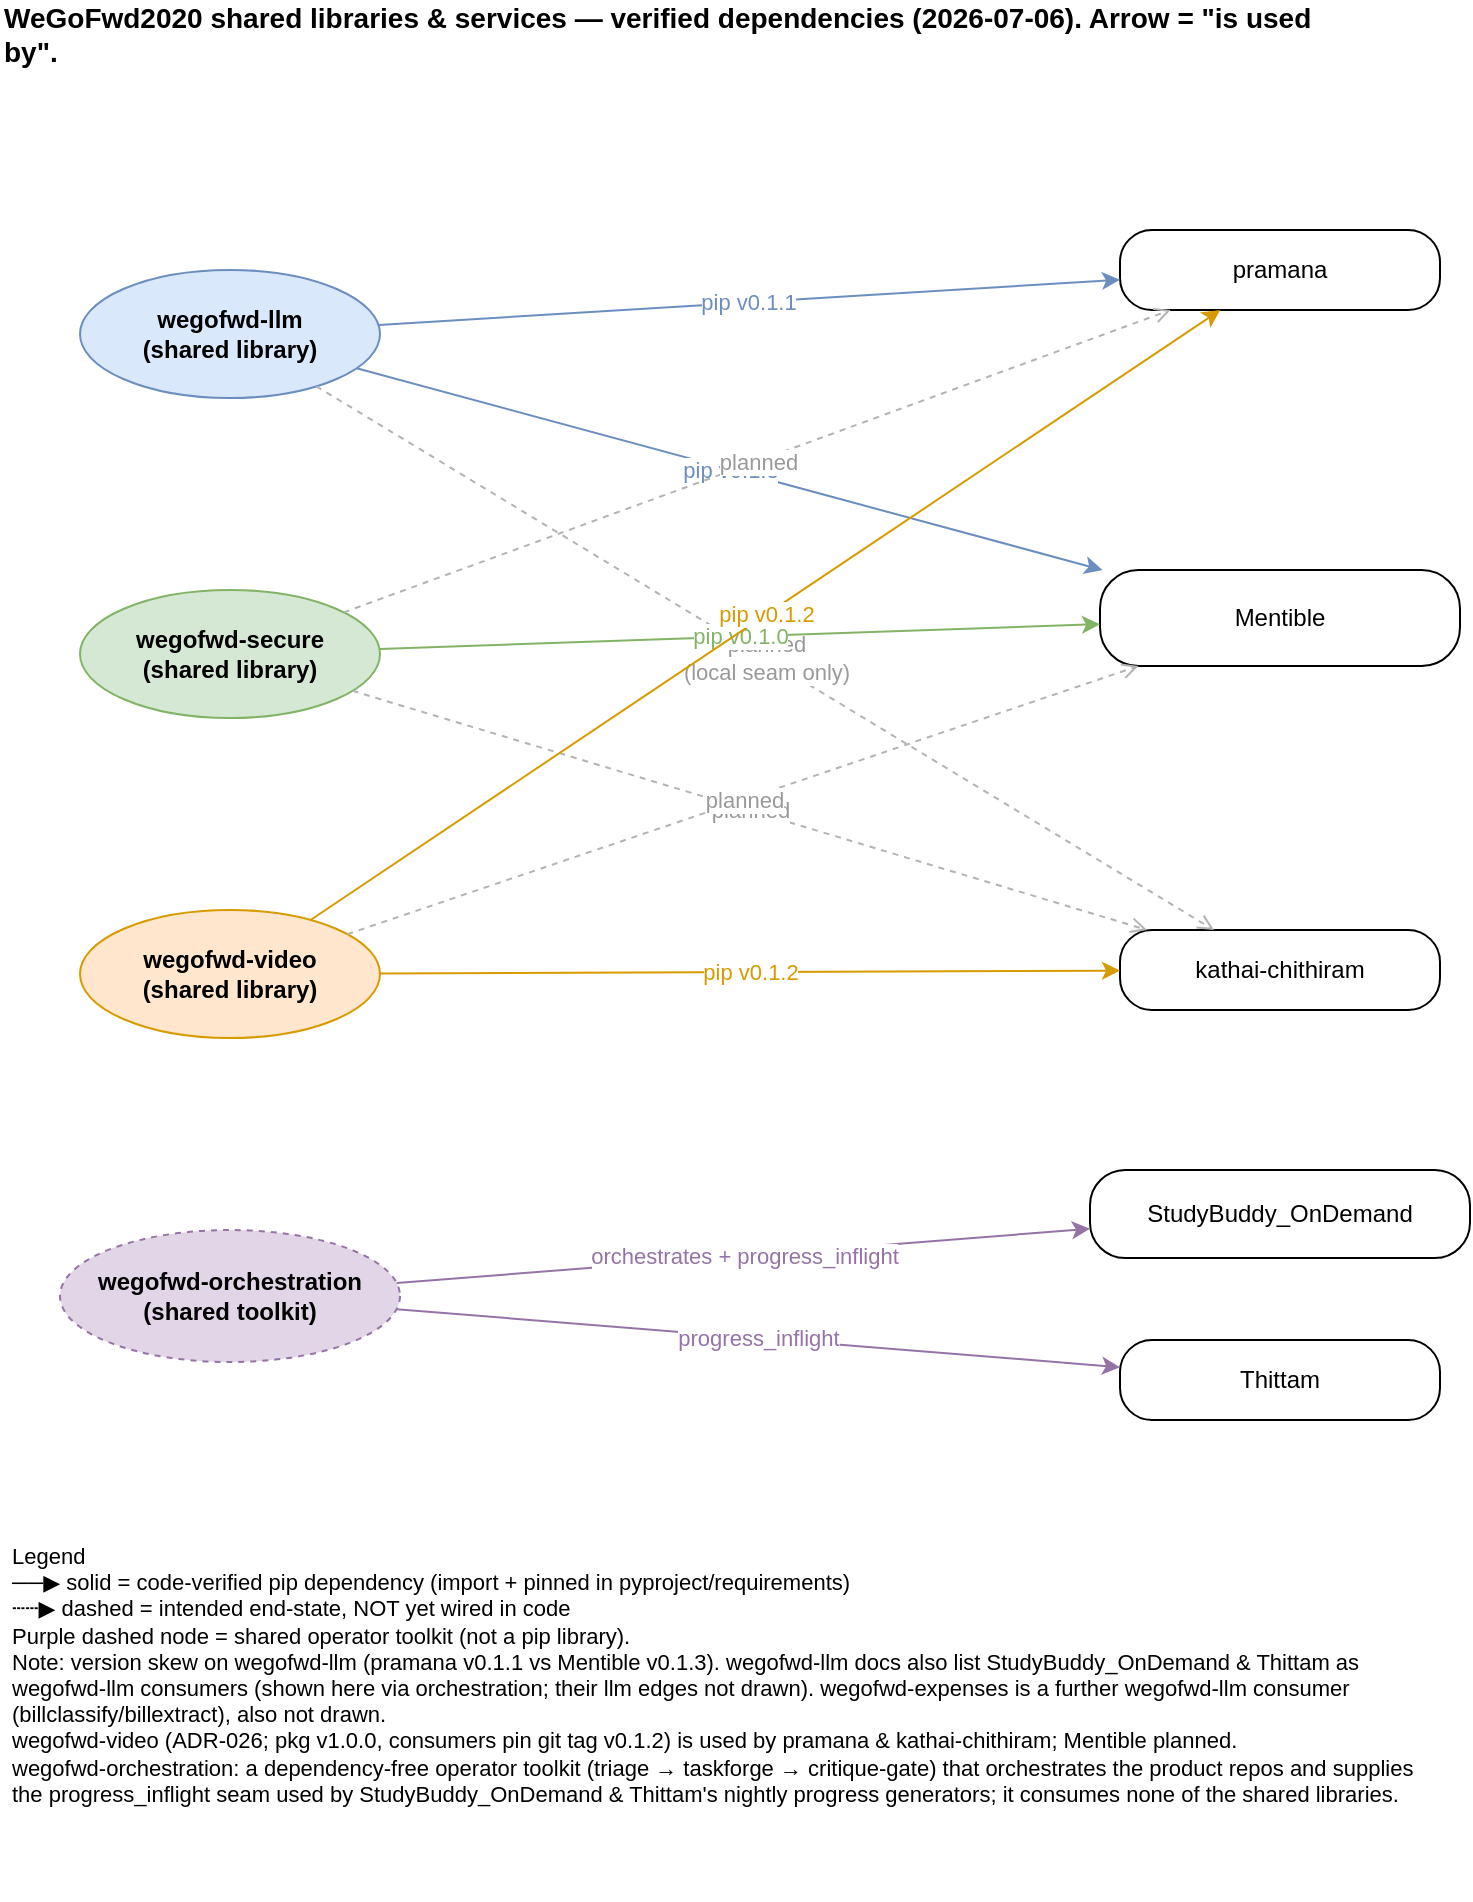
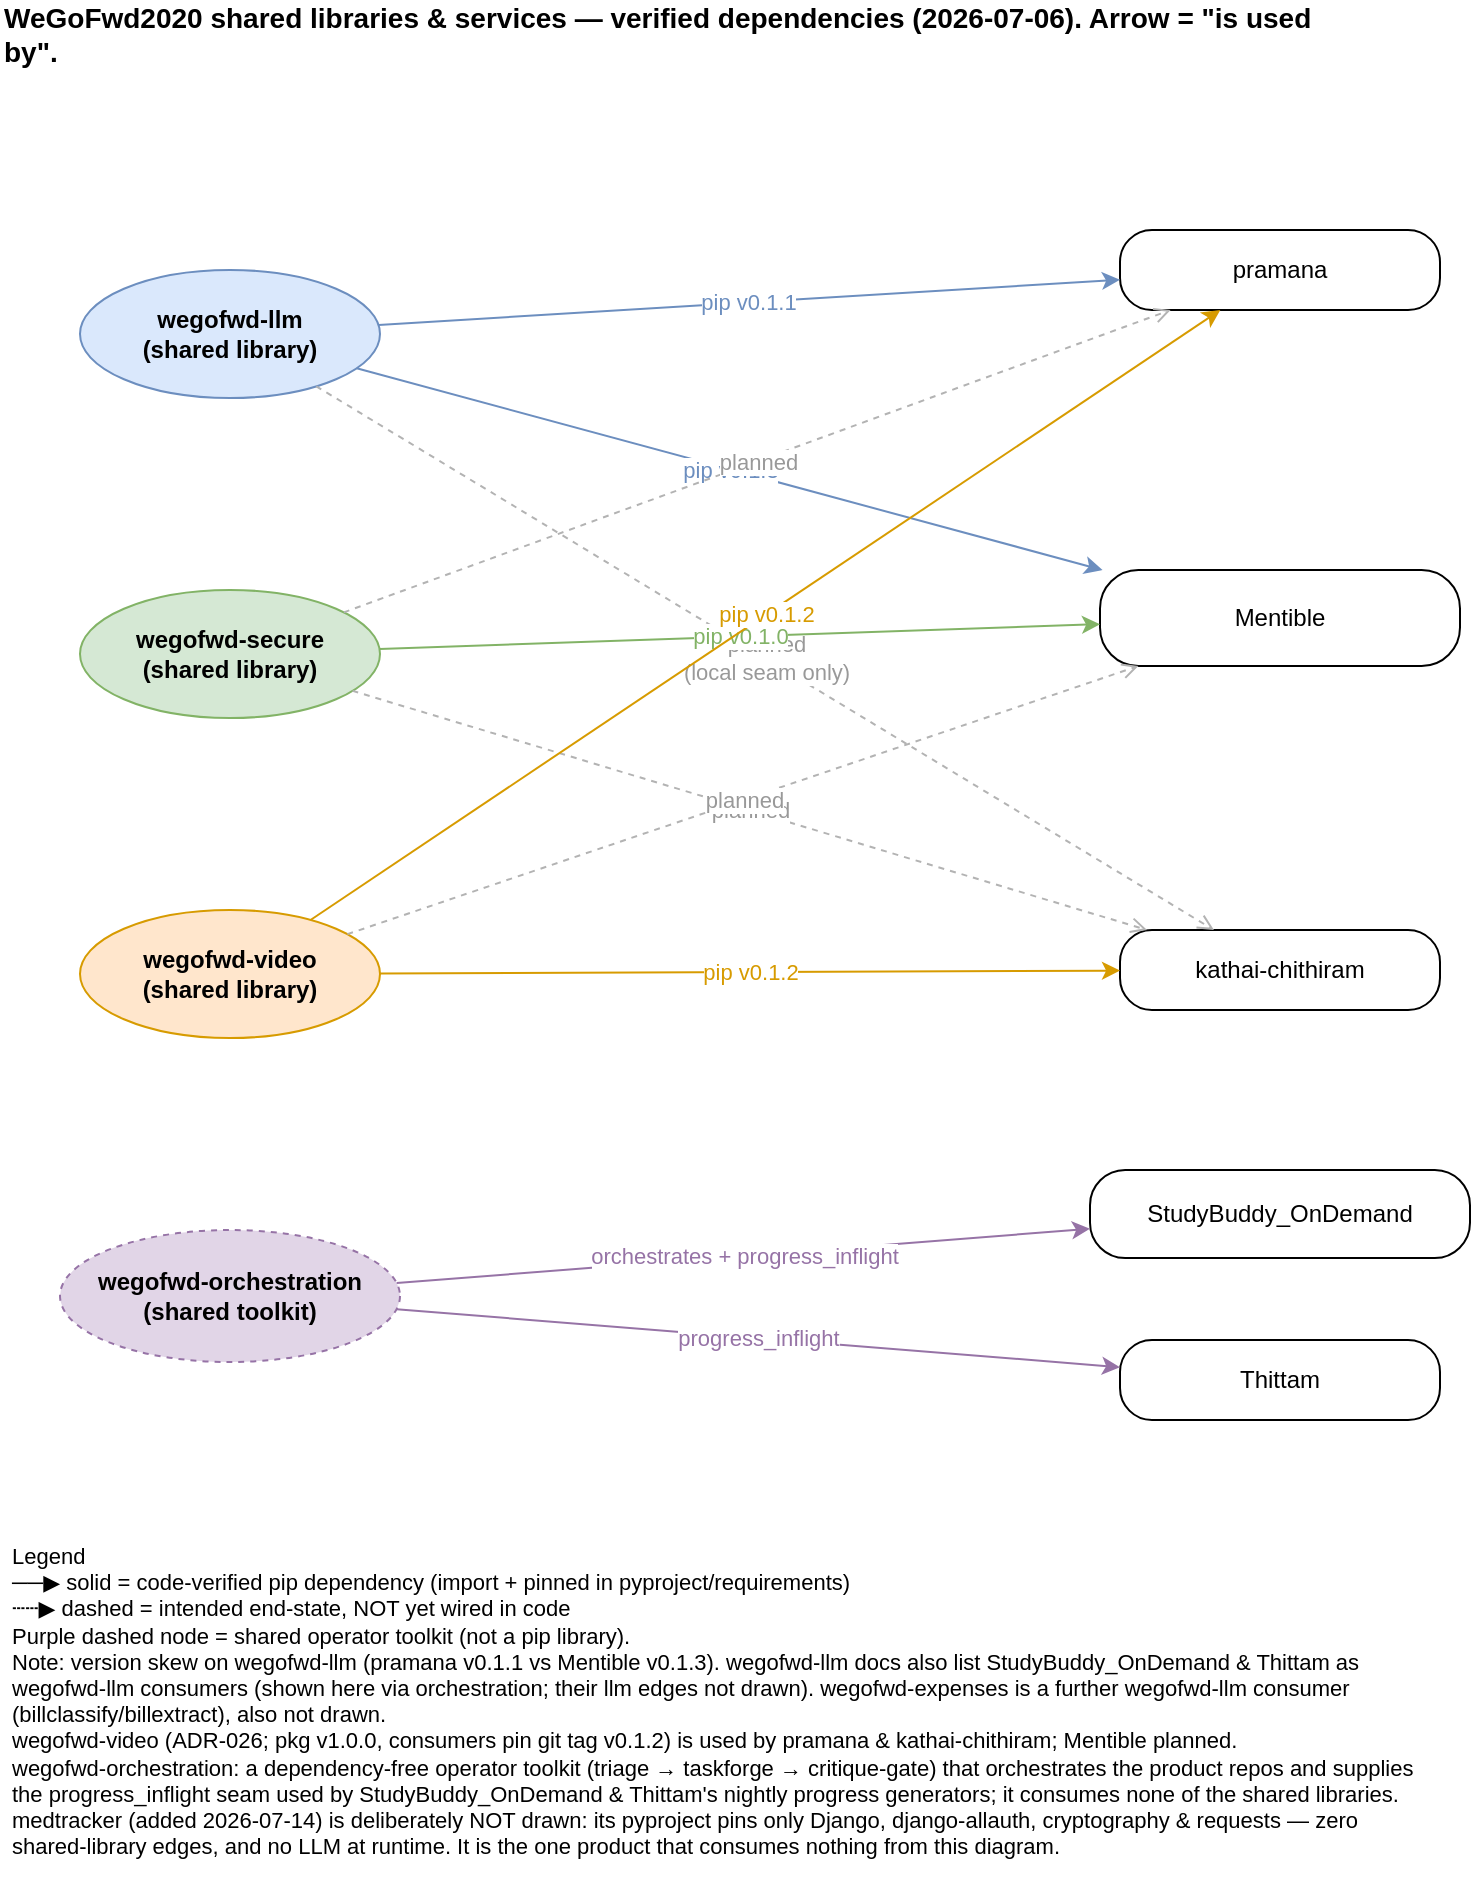
<mxfile host="Electron">
  <diagram name="Page-1" id="Mi2Ey0hthCSXxpTSFK5q">
    <mxGraphModel dx="694" dy="632" grid="1" gridSize="10" guides="1" tooltips="1" connect="1" arrows="1" fold="1" page="1" pageScale="1" pageWidth="850" pageHeight="1100" math="0" shadow="0">
      <root>
        <mxCell id="0" />
        <mxCell id="1" parent="0" />
        <mxCell id="title" parent="1" vertex="1" style="text;html=1;align=left;verticalAlign=middle;whiteSpace=wrap;fontSize=14;fontStyle=1;" value="WeGoFwd2020 shared libraries &amp; services — verified dependencies (2026-07-06). Arrow = &amp;quot;is used by&amp;quot;.">
          <mxGeometry height="24" width="660" x="40" y="40" as="geometry" />
        </mxCell>

        <!-- Shared libraries (hubs, left) -->
        <mxCell id="llm" parent="1" vertex="1" style="ellipse;whiteSpace=wrap;html=1;align=center;fillColor=#dae8fc;strokeColor=#6c8ebf;fontStyle=1;" value="wegofwd-llm&#10;(shared library)">
          <mxGeometry height="64" width="150" x="80" y="170" as="geometry" />
        </mxCell>
        <mxCell id="secure" parent="1" vertex="1" style="ellipse;whiteSpace=wrap;html=1;align=center;fillColor=#d5e8d4;strokeColor=#82b366;fontStyle=1;" value="wegofwd-secure&#10;(shared library)">
          <mxGeometry height="64" width="150" x="80" y="330" as="geometry" />
        </mxCell>
        <mxCell id="video" parent="1" vertex="1" style="ellipse;whiteSpace=wrap;html=1;align=center;fillColor=#ffe6cc;strokeColor=#d79b00;fontStyle=1;" value="wegofwd-video&#10;(shared library)">
          <mxGeometry height="64" width="150" x="80" y="490" as="geometry" />
        </mxCell>

        <!-- Consumer projects (right column) -->
        <mxCell id="pramana" parent="1" vertex="1" style="whiteSpace=wrap;html=1;rounded=1;arcSize=40;align=center;verticalAlign=middle;" value="pramana">
          <mxGeometry height="40" width="160" x="600" y="150" as="geometry" />
        </mxCell>
        <mxCell id="mentible" parent="1" vertex="1" style="whiteSpace=wrap;html=1;rounded=1;arcSize=40;align=center;verticalAlign=middle;" value="Mentible">
          <mxGeometry height="48" width="180" x="590" y="320" as="geometry" />
        </mxCell>
        <mxCell id="kathai" parent="1" vertex="1" style="whiteSpace=wrap;html=1;rounded=1;arcSize=40;align=center;verticalAlign=middle;" value="kathai-chithiram">
          <mxGeometry height="40" width="160" x="600" y="500" as="geometry" />
        </mxCell>

        <!-- wegofwd-llm edges -->
        <mxCell id="e-llm-pramana" parent="1" edge="1" source="llm" target="pramana" style="endArrow=classic;html=1;rounded=1;curved=1;strokeColor=#6c8ebf;fontColor=#6c8ebf;" value="pip v0.1.1">
          <mxGeometry relative="1" as="geometry" />
        </mxCell>
        <mxCell id="e-llm-self" parent="1" edge="1" source="llm" target="mentible" style="endArrow=classic;html=1;rounded=1;curved=1;strokeColor=#6c8ebf;fontColor=#6c8ebf;" value="pip v0.1.3">
          <mxGeometry relative="1" as="geometry" />
        </mxCell>
        <mxCell id="e-llm-kathai" parent="1" edge="1" source="llm" target="kathai" style="endArrow=open;html=1;rounded=1;curved=1;dashed=1;strokeColor=#b3b3b3;fontColor=#999999;" value="planned&#10;(local seam only)">
          <mxGeometry relative="1" as="geometry" />
        </mxCell>

        <!-- wegofwd-secure edges -->
        <mxCell id="e-secure-self" parent="1" edge="1" source="secure" target="mentible" style="endArrow=classic;html=1;rounded=1;curved=1;strokeColor=#82b366;fontColor=#82b366;" value="pip v0.1.0">
          <mxGeometry relative="1" as="geometry" />
        </mxCell>
        <mxCell id="e-secure-pramana" parent="1" edge="1" source="secure" target="pramana" style="endArrow=open;html=1;rounded=1;curved=1;dashed=1;strokeColor=#b3b3b3;fontColor=#999999;" value="planned">
          <mxGeometry relative="1" as="geometry" />
        </mxCell>
        <mxCell id="e-secure-kathai" parent="1" edge="1" source="secure" target="kathai" style="endArrow=open;html=1;rounded=1;curved=1;dashed=1;strokeColor=#b3b3b3;fontColor=#999999;" value="planned">
          <mxGeometry relative="1" as="geometry" />
        </mxCell>

        <!-- wegofwd-video edges -->
        <mxCell id="e-video-pramana" parent="1" edge="1" source="video" target="pramana" style="endArrow=classic;html=1;rounded=1;curved=1;strokeColor=#d79b00;fontColor=#d79b00;" value="pip v0.1.2">
          <mxGeometry relative="1" as="geometry" />
        </mxCell>
        <mxCell id="e-video-kathai" parent="1" edge="1" source="video" target="kathai" style="endArrow=classic;html=1;rounded=1;curved=1;strokeColor=#d79b00;fontColor=#d79b00;" value="pip v0.1.2">
          <mxGeometry relative="1" as="geometry" />
        </mxCell>
        <mxCell id="e-video-self" parent="1" edge="1" source="video" target="mentible" style="endArrow=open;html=1;rounded=1;curved=1;dashed=1;strokeColor=#b3b3b3;fontColor=#999999;" value="planned">
          <mxGeometry relative="1" as="geometry" />
        </mxCell>

        <!-- wegofwd-orchestration (operator toolkit — not a pip library; distinct dashed style) -->
        <mxCell id="orch" parent="1" vertex="1" style="ellipse;whiteSpace=wrap;html=1;align=center;fillColor=#e1d5e7;strokeColor=#9673a6;fontStyle=1;dashed=1;" value="wegofwd-orchestration&#10;(shared toolkit)">
          <mxGeometry height="66" width="170" x="70" y="650" as="geometry" />
        </mxCell>
        <mxCell id="sb" parent="1" vertex="1" style="whiteSpace=wrap;html=1;rounded=1;arcSize=40;align=center;verticalAlign=middle;" value="StudyBuddy_OnDemand">
          <mxGeometry height="44" width="190" x="585" y="620" as="geometry" />
        </mxCell>
        <mxCell id="thittam" parent="1" vertex="1" style="whiteSpace=wrap;html=1;rounded=1;arcSize=40;align=center;verticalAlign=middle;" value="Thittam">
          <mxGeometry height="40" width="160" x="600" y="705" as="geometry" />
        </mxCell>
        <mxCell id="e-orch-sb" parent="1" edge="1" source="orch" target="sb" style="endArrow=classic;html=1;rounded=1;curved=1;strokeColor=#9673a6;fontColor=#9673a6;" value="orchestrates + progress_inflight">
          <mxGeometry relative="1" as="geometry" />
        </mxCell>
        <mxCell id="e-orch-thittam" parent="1" edge="1" source="orch" target="thittam" style="endArrow=classic;html=1;rounded=1;curved=1;strokeColor=#9673a6;fontColor=#9673a6;" value="progress_inflight">
          <mxGeometry relative="1" as="geometry" />
        </mxCell>

        <!-- Legend -->
-         <mxCell id="legend" parent="1" vertex="1" style="text;html=1;align=left;verticalAlign=top;whiteSpace=wrap;fontSize=11;spacingLeft=4;" value="Legend&#10;──▶ solid  = code-verified pip dependency (import + pinned in pyproject/requirements)&#10;┄┄▶ dashed = intended end-state, NOT yet wired in code&#10;Purple dashed node = shared operator toolkit (not a pip library).&#10;Note: version skew on wegofwd-llm (pramana v0.1.1 vs Mentible v0.1.3). wegofwd-llm docs also list StudyBuddy_OnDemand &amp; Thittam as wegofwd-llm consumers (shown here via orchestration; their llm edges not drawn). wegofwd-expenses is a further wegofwd-llm consumer (billclassify/billextract), also not drawn.&#10;wegofwd-video (ADR-026; pkg v1.0.0, consumers pin git tag v0.1.2) is used by pramana &amp; kathai-chithiram; Mentible planned.&#10;wegofwd-orchestration: a dependency-free operator toolkit (triage → taskforge → critique-gate) that orchestrates the product repos and supplies the progress_inflight seam used by StudyBuddy_OnDemand &amp; Thittam's nightly progress generators; it consumes none of the shared libraries.">
+         <mxCell id="legend" parent="1" vertex="1" style="text;html=1;align=left;verticalAlign=top;whiteSpace=wrap;fontSize=11;spacingLeft=4;" value="Legend&#10;──▶ solid  = code-verified pip dependency (import + pinned in pyproject/requirements)&#10;┄┄▶ dashed = intended end-state, NOT yet wired in code&#10;Purple dashed node = shared operator toolkit (not a pip library).&#10;Note: version skew on wegofwd-llm (pramana v0.1.1 vs Mentible v0.1.3). wegofwd-llm docs also list StudyBuddy_OnDemand &amp; Thittam as wegofwd-llm consumers (shown here via orchestration; their llm edges not drawn). wegofwd-expenses is a further wegofwd-llm consumer (billclassify/billextract), also not drawn.&#10;wegofwd-video (ADR-026; pkg v1.0.0, consumers pin git tag v0.1.2) is used by pramana &amp; kathai-chithiram; Mentible planned.&#10;wegofwd-orchestration: a dependency-free operator toolkit (triage → taskforge → critique-gate) that orchestrates the product repos and supplies the progress_inflight seam used by StudyBuddy_OnDemand &amp; Thittam's nightly progress generators; it consumes none of the shared libraries.&#10;medtracker (added 2026-07-14) is deliberately NOT drawn: its pyproject pins only Django, django-allauth, cryptography &amp; requests — zero shared-library edges, and no LLM at runtime. It is the one product that consumes nothing from this diagram.">
          <mxGeometry height="185" width="710" x="40" y="800" as="geometry" />
        </mxCell>
      </root>
    </mxGraphModel>
  </diagram>
</mxfile>
